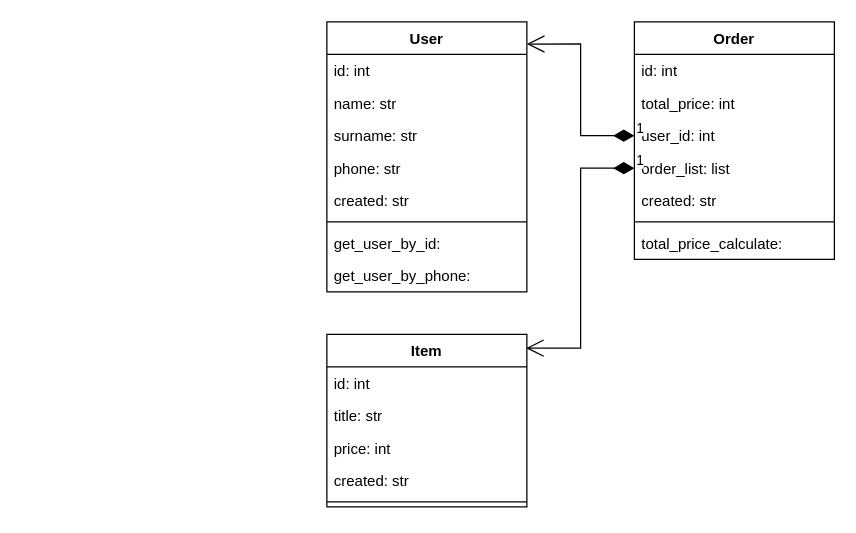
Above: Untitled Diagram.drawio in Alexandr-Filatov/Internet-Market (draw.io), before the change. Source tidied: cells renumbered, new cells numbered last; positions are measured from the earlier drawing's top-left corner, leaving out a move shared by most shapes. Both pictures are drawn from the tidied source at 125%, with x=0, y=0 at pixel (326, 21).
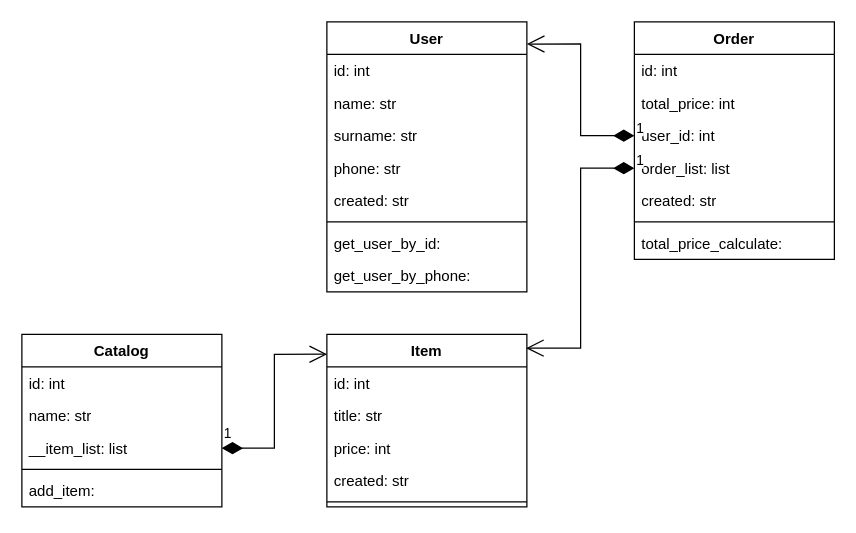
After the change.

Unchanged cells that the change refers to:
```xml
<mxCell id="11" value="Item" style="swimlane;fontStyle=1;align=center;verticalAlign=top;horizontal=1;startSize=26;" parent="1" vertex="1">
  <mxGeometry y="250" width="160" height="138" as="geometry" />
</mxCell>
```

Change to the diagram source:
```diff
@@
+    <mxCell id="27" value="Catalog" style="swimlane;fontStyle=1;align=center;verticalAlign=top;horizontal=1;startSize=26;" parent="1" vertex="1">
+      <mxGeometry x="-244" y="250" width="160" height="138" as="geometry" />
+    </mxCell>
+    <mxCell id="28" value="id: int" style="text;strokeColor=none;fillColor=none;align=left;verticalAlign=top;spacingLeft=4;spacingRight=4;overflow=hidden;" parent="27" vertex="1">
+      <mxGeometry y="26" width="160" height="26" as="geometry" />
+    </mxCell>
+    <mxCell id="29" value="name: str&#10;" style="text;strokeColor=none;fillColor=none;align=left;verticalAlign=top;spacingLeft=4;spacingRight=4;overflow=hidden;" parent="27" vertex="1">
+      <mxGeometry y="52" width="160" height="26" as="geometry" />
+    </mxCell>
+    <mxCell id="30" value="__item_list: list" style="text;strokeColor=none;fillColor=none;align=left;verticalAlign=top;spacingLeft=4;spacingRight=4;overflow=hidden;points=[[0,0.5],[1,0.5]];portConstraint=eastwest;" parent="27" vertex="1">
+      <mxGeometry y="78" width="160" height="26" as="geometry" />
+    </mxCell>
+    <mxCell id="31" style="line;strokeWidth=1;fillColor=none;align=left;verticalAlign=middle;spacingTop=-1;spacingLeft=3;spacingRight=3;labelPosition=right;" parent="27" vertex="1">
+      <mxGeometry y="104" width="160" height="8" as="geometry" />
+    </mxCell>
+    <mxCell id="32" value="add_item: " style="text;strokeColor=none;fillColor=none;align=left;verticalAlign=top;spacingLeft=4;spacingRight=4;overflow=hidden;" parent="27" vertex="1">
+      <mxGeometry y="112" width="160" height="26" as="geometry" />
+    </mxCell>
+    <mxCell id="33" value="1" style="endArrow=open;html=1;endSize=12;startArrow=diamondThin;startSize=14;startFill=1;edgeStyle=orthogonalEdgeStyle;align=left;verticalAlign=bottom;rounded=0;exitX=1;exitY=0.5;exitDx=0;exitDy=0;entryX=0.001;entryY=0.115;entryDx=0;entryDy=0;entryPerimeter=0;" parent="1" edge="1" source="30" target="11">
+      <mxGeometry x="-1" y="3" relative="1" as="geometry" />
+    </mxCell>
```
